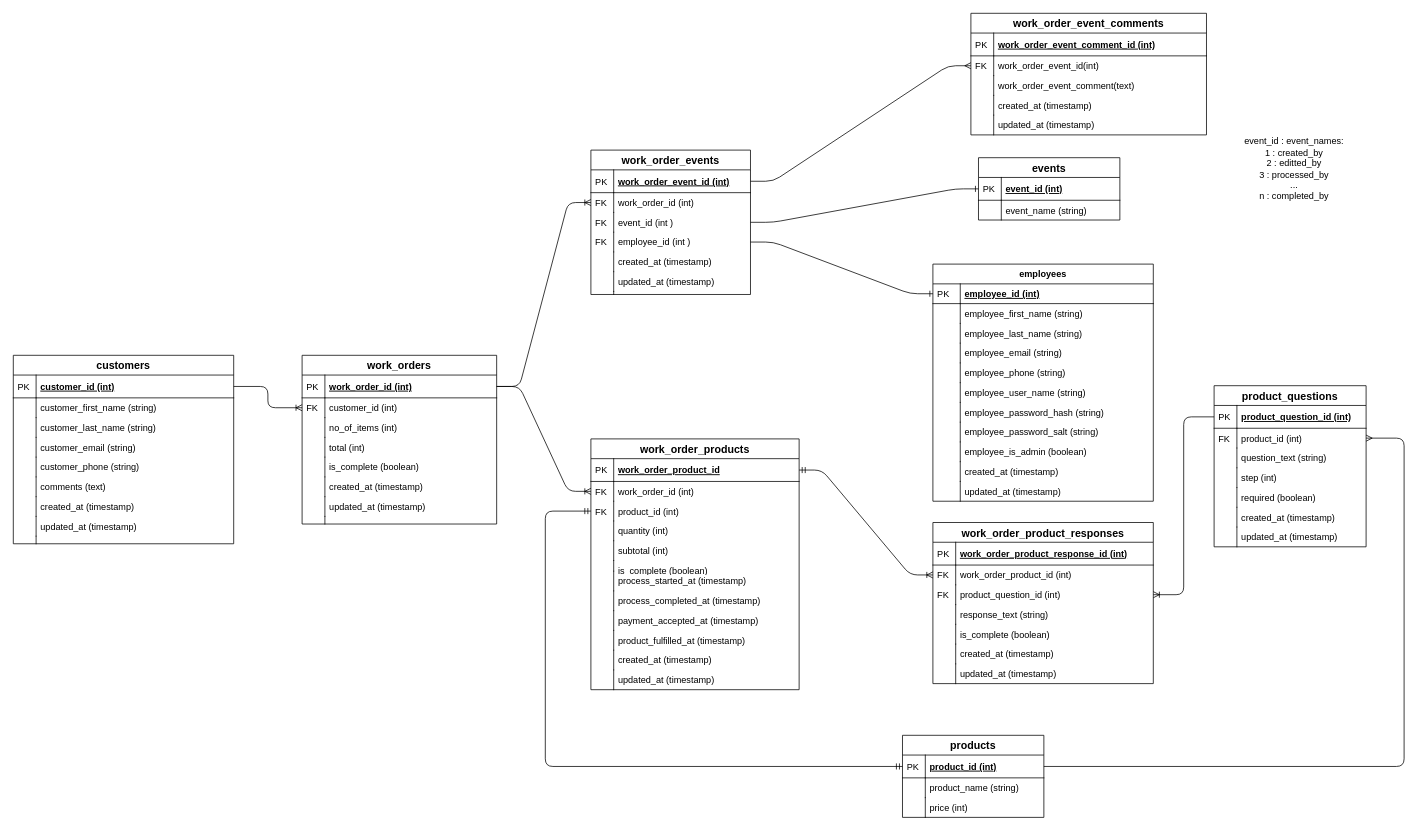
Above: db_schema.drawio in openorderapp/documentation (draw.io), before the change. Source tidied: cells renumbered, new cells numbered last; positions are measured from the earlier drawing's top-left corner, leaving out a move shared by most shapes. Both pictures are drawn from the tidied source at 76%, with x=0, y=0 at pixel (13, 13).
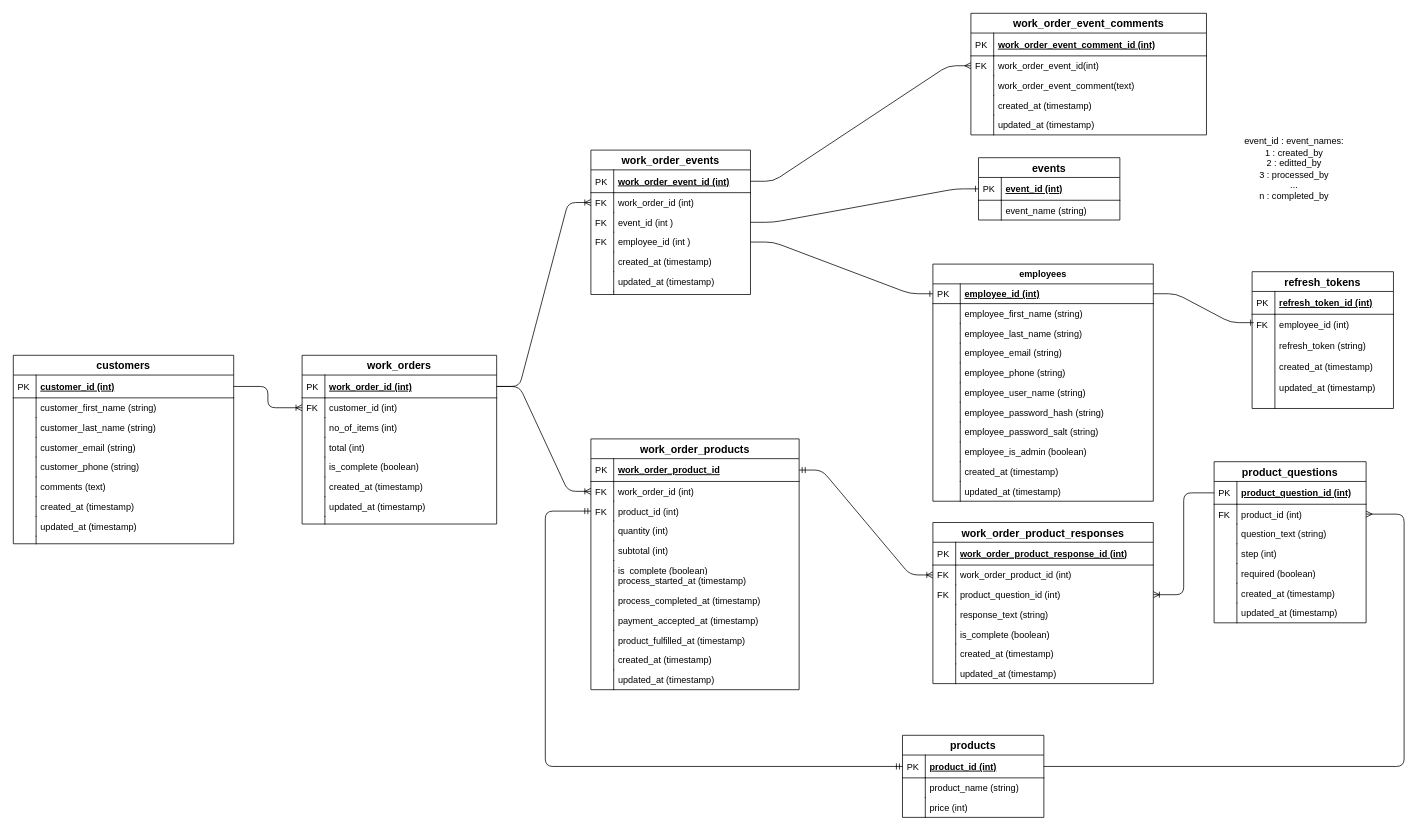
After the change.

Commit message (it also covers changes not shown here):
Add refresh_tokens table on diagram

The change refers to these unchanged cells:
```xml
<mxCell id="28" value="product_id (int)" style="shape=partialRectangle;top=0;left=0;right=0;bottom=1;align=left;verticalAlign=middle;fillColor=none;spacingLeft=34;spacingRight=4;overflow=hidden;points=[[0,0.5],[1,0.5]];portConstraint=eastwest;fontStyle=5;fontSize=12;" parent="27" vertex="1">
  <mxGeometry y="26" width="186" height="30" as="geometry" />
</mxCell>
<mxCell id="62" value="product_id (int)" style="shape=partialRectangle;top=0;left=0;right=0;bottom=0;align=left;verticalAlign=top;fillColor=none;spacingLeft=34;spacingRight=4;overflow=hidden;points=[[0,0.5],[1,0.5]];portConstraint=eastwest;fontSize=12;" parent="59" vertex="1">
  <mxGeometry y="56" width="200" height="26" as="geometry" />
</mxCell>
<mxCell id="127" value="employee_id (int)" style="shape=partialRectangle;top=0;left=0;right=0;bottom=1;align=left;verticalAlign=top;fillColor=none;spacingLeft=40;spacingRight=4;overflow=hidden;points=[[0,0.5],[1,0.5]];portConstraint=eastwest;rounded=0;shadow=0;strokeWidth=1;fontStyle=5;" parent="126" vertex="1">
  <mxGeometry y="26" width="290" height="26" as="geometry" />
</mxCell>
```

What changed in the source:
```diff
@@
     <mxCell id="5" style="edgeStyle=orthogonalEdgeStyle;fontSize=12;html=1;endArrow=ERmany;entryX=1;entryY=0.5;entryDx=0;entryDy=0;exitX=1;exitY=0.5;exitDx=0;exitDy=0;" parent="1" edge="1" source="28" target="62">
       <mxGeometry relative="1" as="geometry">
         <Array as="points">
           <mxPoint x="1830" y="991" />
-          <mxPoint x="1830" y="559" />
+          <mxPoint x="1830" y="659" />
         </Array>
       </mxGeometry>
     </mxCell>
@@
     <mxCell id="59" value="product_questions" style="swimlane;fontStyle=1;horizontal=1;startSize=26;align=center;fontSize=14;" parent="1" vertex="1">
-      <mxGeometry x="1580" y="490" width="200" height="212" as="geometry" />
+      <mxGeometry x="1580" y="590" width="200" height="212" as="geometry" />
     </mxCell>
@@
+    <mxCell id="165" value="refresh_tokens" style="swimlane;fontStyle=1;horizontal=1;startSize=26;align=center;fontSize=14;" parent="1" vertex="1">
+      <mxGeometry x="1630" y="340" width="186" height="180" as="geometry" />
+    </mxCell>
+    <mxCell id="166" value="refresh_token_id (int)" style="shape=partialRectangle;top=0;left=0;right=0;bottom=1;align=left;verticalAlign=middle;fillColor=none;spacingLeft=34;spacingRight=4;overflow=hidden;fontStyle=5;fontSize=12;" parent="165" vertex="1">
+      <mxGeometry y="26" width="186" height="30" as="geometry" />
+    </mxCell>
+    <mxCell id="167" value="PK" style="shape=partialRectangle;top=0;left=0;bottom=0;fillColor=none;align=left;verticalAlign=middle;spacingLeft=4;spacingRight=4;overflow=hidden;fontSize=12;" parent="166" vertex="1">
+      <mxGeometry width="30" height="30" as="geometry" />
+    </mxCell>
+    <mxCell id="168" value="employee_id (int)&#10;&#10;refresh_token (string)&#10;&#10;created_at (timestamp)&#10;&#10;updated_at (timestamp)" style="shape=partialRectangle;top=0;left=0;right=0;bottom=0;align=left;verticalAlign=top;fillColor=none;spacingLeft=34;spacingRight=4;overflow=hidden;points=[[0,0.5],[1,0.5]];portConstraint=eastwest;fontSize=12;" parent="165" vertex="1">
+      <mxGeometry y="56" width="186" height="124" as="geometry" />
+    </mxCell>
+    <mxCell id="169" value="FK" style="shape=partialRectangle;top=0;left=0;bottom=0;fillColor=none;align=left;verticalAlign=top;spacingLeft=4;spacingRight=4;overflow=hidden;fontSize=12;" parent="168" vertex="1">
+      <mxGeometry width="30" height="124" as="geometry" />
+    </mxCell>
+    <mxCell id="170" style="edgeStyle=entityRelationEdgeStyle;fontSize=12;html=1;endArrow=ERone;endFill=1;exitX=1;exitY=0.5;exitDx=0;exitDy=0;entryX=0.011;entryY=0.089;entryDx=0;entryDy=0;entryPerimeter=0;" parent="1" edge="1" source="127" target="168">
+      <mxGeometry relative="1" as="geometry" />
+    </mxCell>
```
